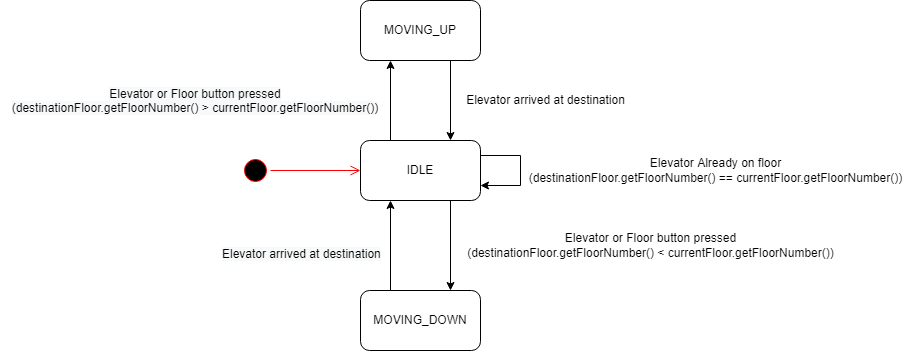
This is Iteration_2_State_Diagram_Elevator.png from aelsammak/ElevatorSystem, a draw.io export, as it was before one commit. Source tidied: cells renumbered, new cells last; positions are measured from the earlier drawing's top-left corner, leaving out a move shared by most shapes.
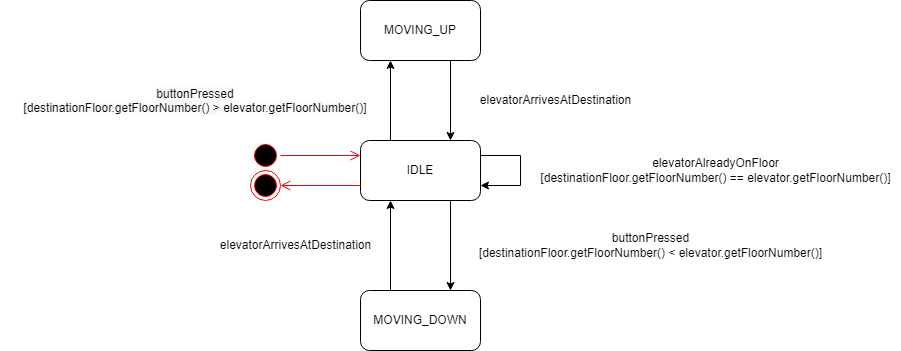
Above is the later version.

Change to the diagram source:
```diff
@@ -24,21 +24,18 @@
       <mxGeometry relative="1" as="geometry" />
     </mxCell>
     <mxCell id="9" style="ellipse;html=1;shape=startState;fillColor=#000000;strokeColor=#ff0000;" parent="1" vertex="1">
-      <mxGeometry x="240" y="155" width="30" height="30" as="geometry" />
+      <mxGeometry x="250" y="140" width="30" height="30" as="geometry" />
     </mxCell>
-    <mxCell id="10" style="edgeStyle=orthogonalEdgeStyle;html=1;verticalAlign=bottom;endArrow=open;endSize=8;strokeColor=#ff0000;rounded=0;entryX=0;entryY=0.5;entryDx=0;entryDy=0;" parent="1" edge="1" source="9" target="2">
+    <mxCell id="10" style="edgeStyle=orthogonalEdgeStyle;html=1;verticalAlign=bottom;endArrow=open;endSize=8;strokeColor=#ff0000;rounded=0;entryX=0;entryY=0.25;entryDx=0;entryDy=0;" parent="1" edge="1" source="9" target="2">
       <mxGeometry relative="1" as="geometry" />
     </mxCell>
-    <mxCell id="11" value="Elevator arrived at destination" style="text;html=1;align=center;verticalAlign=middle;strokeColor=none;fillColor=none;" parent="1" vertex="1">
-      <mxGeometry x="460" y="90" width="170" height="20" as="geometry" />
+    <mxCell id="11" value="elevatorArrivesAtDestination" style="text;html=1;align=center;verticalAlign=middle;strokeColor=none;fillColor=none;" parent="1" vertex="1">
+      <mxGeometry x="470" y="90" width="170" height="20" as="geometry" />
     </mxCell>
-    <mxCell id="12" value="&lt;span style=&quot;color: rgb(0, 0, 0); font-family: helvetica; font-size: 12px; font-style: normal; font-weight: 400; letter-spacing: normal; text-align: center; text-indent: 0px; text-transform: none; word-spacing: 0px; background-color: rgb(248, 249, 250); display: inline; float: none;&quot;&gt;Elevator arrived at destination&lt;/span&gt;" style="text;whiteSpace=wrap;html=1;" parent="1" vertex="1">
-      <mxGeometry x="220" y="240" width="180" height="30" as="geometry" />
-    </mxCell>
-    <mxCell id="13" value="Elevator or Floor button pressed&lt;br&gt;(destinationFloor.getFloorNumber() &amp;lt; currentFloor.getFloorNumber())" style="text;html=1;align=center;verticalAlign=middle;strokeColor=none;fillColor=none;" parent="1" vertex="1">
-      <mxGeometry x="460" y="230" width="380" height="30" as="geometry" />
+    <mxCell id="13" value="buttonPressed&lt;br&gt;[destinationFloor.getFloorNumber() &amp;lt; elevator.getFloorNumber()]" style="text;html=1;align=center;verticalAlign=middle;strokeColor=none;fillColor=none;" parent="1" vertex="1">
+      <mxGeometry x="470" y="230" width="360" height="30" as="geometry" />
     </mxCell>
-    <mxCell id="14" value="&lt;span style=&quot;color: rgb(0 , 0 , 0) ; font-family: &amp;#34;helvetica&amp;#34; ; font-size: 12px ; font-style: normal ; font-weight: 400 ; letter-spacing: normal ; text-indent: 0px ; text-transform: none ; word-spacing: 0px ; background-color: rgb(248 , 249 , 250) ; display: inline ; float: none&quot;&gt;Elevator or Floor button pressed&lt;/span&gt;&lt;br style=&quot;color: rgb(0 , 0 , 0) ; font-family: &amp;#34;helvetica&amp;#34; ; font-size: 12px ; font-style: normal ; font-weight: 400 ; letter-spacing: normal ; text-indent: 0px ; text-transform: none ; word-spacing: 0px ; background-color: rgb(248 , 249 , 250)&quot;&gt;&lt;span style=&quot;color: rgb(0 , 0 , 0) ; font-family: &amp;#34;helvetica&amp;#34; ; font-size: 12px ; font-style: normal ; font-weight: 400 ; letter-spacing: normal ; text-indent: 0px ; text-transform: none ; word-spacing: 0px ; background-color: rgb(248 , 249 , 250) ; display: inline ; float: none&quot;&gt;(destinationFloor.getFloorNumber() &amp;gt; currentFloor.getFloorNumber())&lt;/span&gt;" style="text;whiteSpace=wrap;html=1;align=center;" parent="1" vertex="1">
+    <mxCell id="14" value="&lt;span style=&quot;color: rgb(0 , 0 , 0) ; font-family: &amp;#34;helvetica&amp;#34; ; font-size: 12px ; font-style: normal ; font-weight: 400 ; letter-spacing: normal ; text-indent: 0px ; text-transform: none ; word-spacing: 0px ; background-color: rgb(248 , 249 , 250) ; display: inline ; float: none&quot;&gt;buttonPressed&lt;/span&gt;&lt;br style=&quot;color: rgb(0 , 0 , 0) ; font-family: &amp;#34;helvetica&amp;#34; ; font-size: 12px ; font-style: normal ; font-weight: 400 ; letter-spacing: normal ; text-indent: 0px ; text-transform: none ; word-spacing: 0px ; background-color: rgb(248 , 249 , 250)&quot;&gt;&lt;span style=&quot;color: rgb(0 , 0 , 0) ; font-family: &amp;#34;helvetica&amp;#34; ; font-size: 12px ; font-style: normal ; font-weight: 400 ; letter-spacing: normal ; text-indent: 0px ; text-transform: none ; word-spacing: 0px ; background-color: rgb(248 , 249 , 250) ; display: inline ; float: none&quot;&gt;[destinationFloor.getFloorNumber() &amp;gt; elevator.getFloorNumber()]&lt;/span&gt;" style="text;whiteSpace=wrap;html=1;align=center;" parent="1" vertex="1">
       <mxGeometry y="80" width="390" height="40" as="geometry" />
     </mxCell>
     <mxCell id="15" style="endArrow=classic;html=1;rounded=0;exitX=1;exitY=0.25;exitDx=0;exitDy=0;entryX=1;entryY=0.75;entryDx=0;entryDy=0;" parent="1" edge="1" source="2" target="2">
@@ -49,8 +46,17 @@
         </Array>
       </mxGeometry>
     </mxCell>
-    <mxCell id="16" value="Elevator Already on floor&lt;br&gt;(destinationFloor.getFloorNumber() == currentFloor.getFloorNumber())" style="text;html=1;align=center;verticalAlign=middle;strokeColor=none;fillColor=none;" parent="1" vertex="1">
-      <mxGeometry x="520" y="155" width="390" height="30" as="geometry" />
+    <mxCell id="16" value="elevatorAlreadyOnFloor&lt;br&gt;[destinationFloor.getFloorNumber() == elevator.getFloorNumber()]" style="text;html=1;align=center;verticalAlign=middle;strokeColor=none;fillColor=none;" parent="1" vertex="1">
+      <mxGeometry x="530" y="155" width="370" height="30" as="geometry" />
     </mxCell>
+    <mxCell id="17" value="elevatorArrivesAtDestination" style="text;html=1;align=center;verticalAlign=middle;strokeColor=none;fillColor=none;" parent="1" vertex="1">
+      <mxGeometry x="210" y="235" width="170" height="20" as="geometry" />
+    </mxCell>
+    <mxCell id="18" style="ellipse;html=1;shape=endState;fillColor=#000000;strokeColor=#ff0000;" parent="1" vertex="1">
+      <mxGeometry x="250" y="170" width="30" height="30" as="geometry" />
+    </mxCell>
+    <mxCell id="19" style="edgeStyle=orthogonalEdgeStyle;html=1;verticalAlign=bottom;endArrow=open;endSize=8;strokeColor=#ff0000;rounded=0;entryX=1;entryY=0.5;entryDx=0;entryDy=0;exitX=0;exitY=0.75;exitDx=0;exitDy=0;" parent="1" edge="1" source="2" target="18">
+      <mxGeometry relative="1" as="geometry" />
+    </mxCell>
   </root>
 </mxGraphModel>
```
